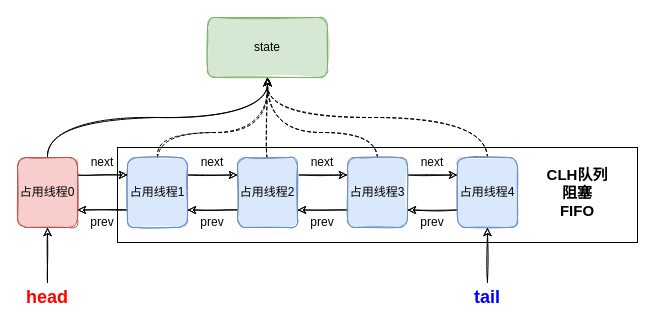
This is draw-io/AQS.drawio from kpsmile95/file-repository, a draw.io file, before an edit. Source tidied: cells renumbered, new cells numbered last; positions are measured from the earlier drawing's top-left corner, leaving out a move shared by most shapes. Both pictures are drawn from the tidied source at 100%, with x=0, y=0 at pixel (17, 17).
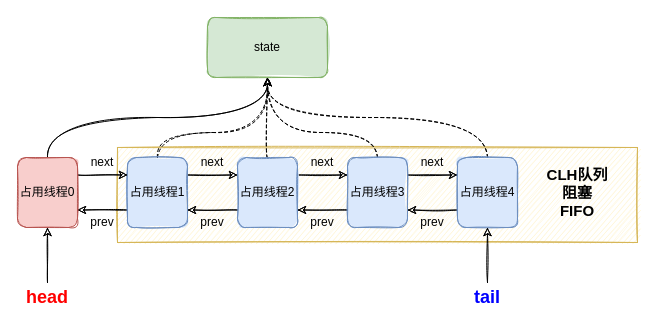
After the change.

Change to the diagram source:
```diff
@@
-    <mxCell id="2" style="rounded=0;whiteSpace=wrap;html=1;fontSize=18;" parent="1" vertex="1">
+    <mxCell id="2" style="rounded=0;whiteSpace=wrap;html=1;fontSize=18;sketch=1;fillColor=#fff2cc;strokeColor=#d6b656;shadow=0;glass=0;" parent="1" vertex="1">
       <mxGeometry x="100" y="130" width="520" height="95" as="geometry" />
     </mxCell>
```
